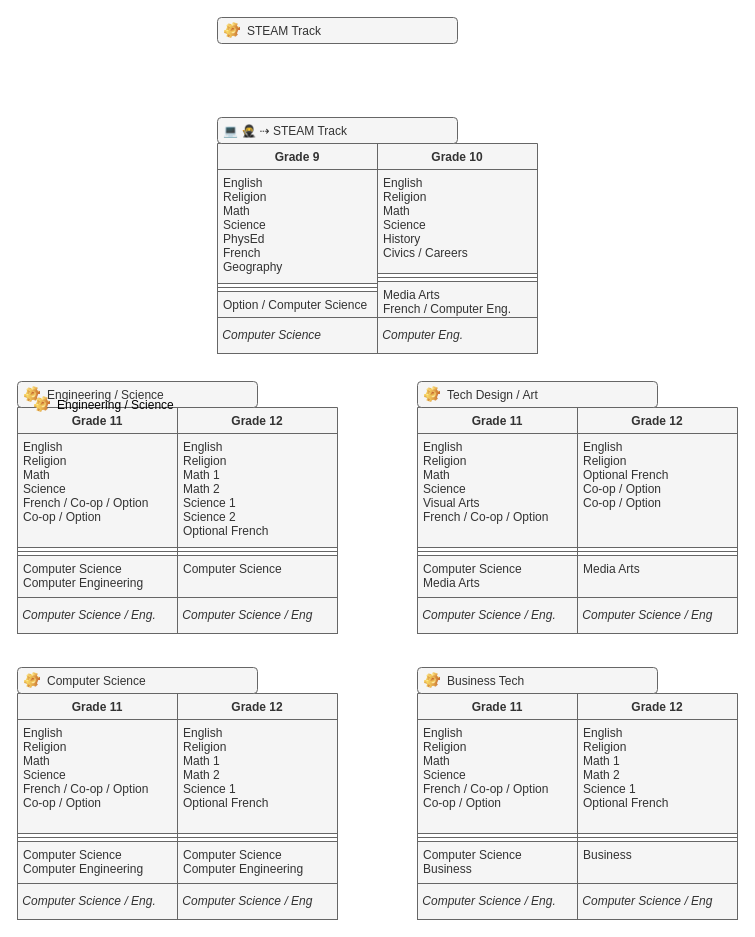
Mr-Coxall/STEAM keeps this draw.io diagram as STEAM.drawio. Above is the earlier version. Source tidied: cells renumbered, new cells numbered last; positions are measured from the earlier drawing's top-left corner, leaving out a move shared by most shapes. Both pictures are drawn from the tidied source at 100%, with x=0, y=0 at pixel (17, 17).
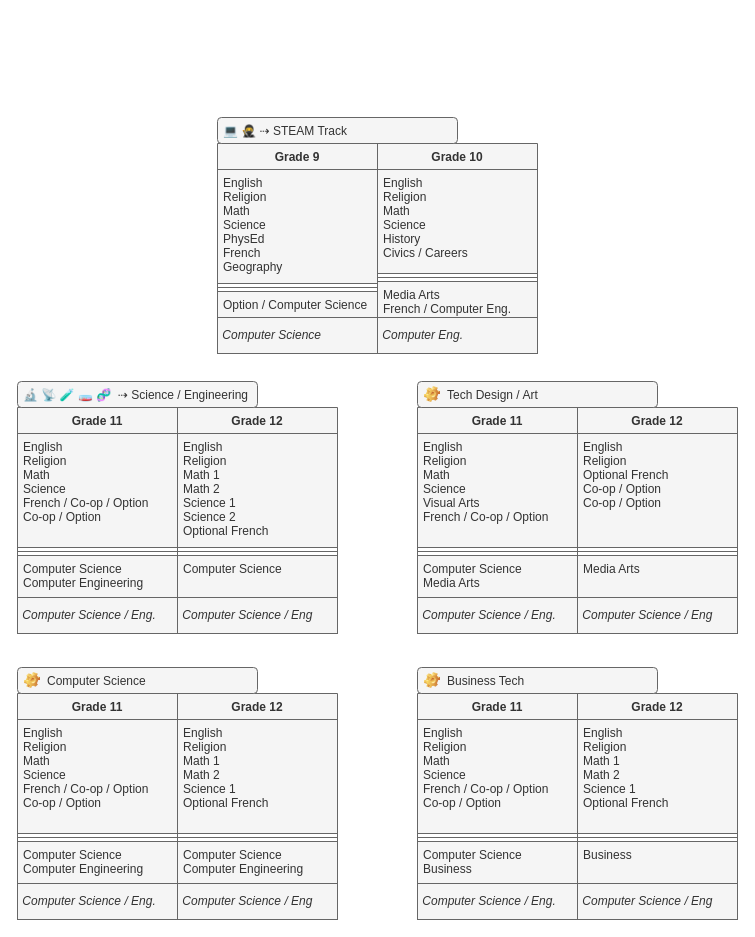
The same page after the edit.

The edit, as a diff of the source:
```diff
@@
-    <mxCell id="27" value="Engineering / Science" style="label;fontStyle=0;strokeColor=#666666;fillColor=#f5f5f5;align=left;verticalAlign=top;overflow=hidden;spacingLeft=28;spacingRight=4;imageWidth=16;imageHeight=16;image=img/clipart/Gear_128x128.png;fontColor=#333333;" parent="1" vertex="1">
-      <mxGeometry y="364" width="240" height="26" as="geometry" />
-    </mxCell>
@@
-    <mxCell id="56" value="STEAM Track" style="label;fontStyle=0;strokeColor=#666666;fillColor=#f5f5f5;align=left;verticalAlign=top;overflow=hidden;spacingLeft=28;spacingRight=4;imageWidth=16;imageHeight=16;image=img/clipart/Gear_128x128.png;fontColor=#333333;" parent="1" vertex="1">
-      <mxGeometry x="200" width="240" height="26" as="geometry" />
-    </mxCell>
@@
-    <mxCell id="58" value="Engineering / Science" style="label;fontStyle=0;strokeColor=none;fillColor=none;align=left;verticalAlign=top;overflow=hidden;spacingLeft=28;spacingRight=4;imageWidth=16;imageHeight=16;image=img/clipart/Gear_128x128.png;" parent="1" vertex="1">
-      <mxGeometry x="10" y="374" width="240" height="26" as="geometry" />
-    </mxCell>
+    <mxCell id="59" value="🔬 📡 🧪 🧫 🧬  ⇢ Science / Engineering" style="text;strokeColor=#666666;fillColor=#f5f5f5;align=left;verticalAlign=top;spacingLeft=4;spacingRight=4;overflow=hidden;fontColor=#333333;rounded=1;" parent="1" vertex="1">
+      <mxGeometry y="364" width="240" height="26" as="geometry" />
+    </mxCell>
```
